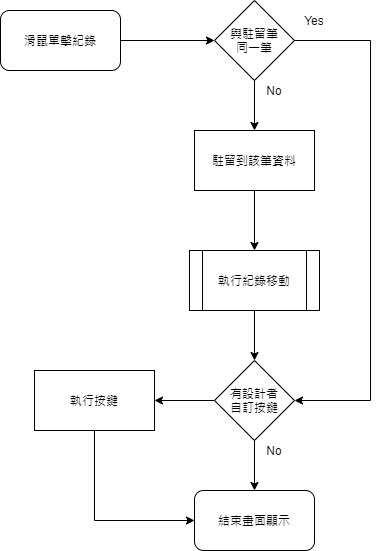
The draw.io diagram 8.10.0/RTE/SYSTEM/FORM/ctrl_container/attachment/dblclickrec.png in ArcareRD/sadocs, before a commit. Source tidied: cells renumbered, new cells last; positions are measured from the earlier drawing's top-left corner, leaving out a move shared by most shapes.
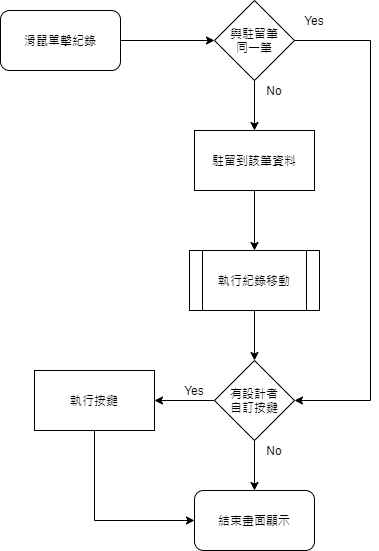
The same diagram one commit later.

Commit message:
元件容器/滑鼠雙擊 動作流程圖異動

Diff of the diagram source:
```diff
@@ -61,5 +61,8 @@
     <mxCell id="19" value="執行按鍵" style="whiteSpace=wrap;html=1;" parent="1" vertex="1">
       <mxGeometry x="34" y="370" width="120" height="60" as="geometry" />
     </mxCell>
+    <mxCell id="20" value="Yes" style="text;html=1;strokeColor=none;fillColor=none;align=center;verticalAlign=middle;whiteSpace=wrap;rounded=0;" parent="1" vertex="1">
+      <mxGeometry x="174" y="380" width="40" height="20" as="geometry" />
+    </mxCell>
   </root>
 </mxGraphModel>
```
